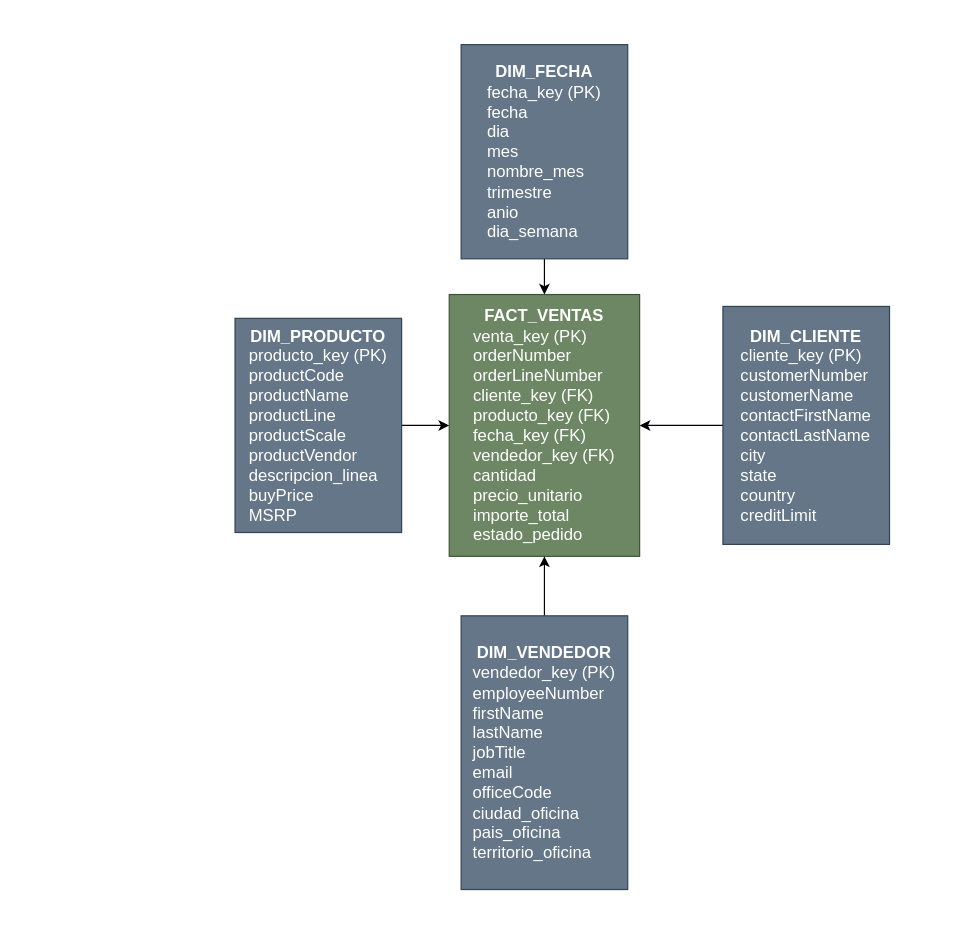
This is documentacion/Modelo_Dimensional_Invacom.drawio from jpablosq/Proyecto-Invacom, a draw.io file, before an edit. Source tidied: cells renumbered, new cells numbered last; positions are measured from the earlier drawing's top-left corner, leaving out a move shared by most shapes. Both pictures are drawn from the tidied source at 119%, with x=0, y=0 at pixel (234, 44).
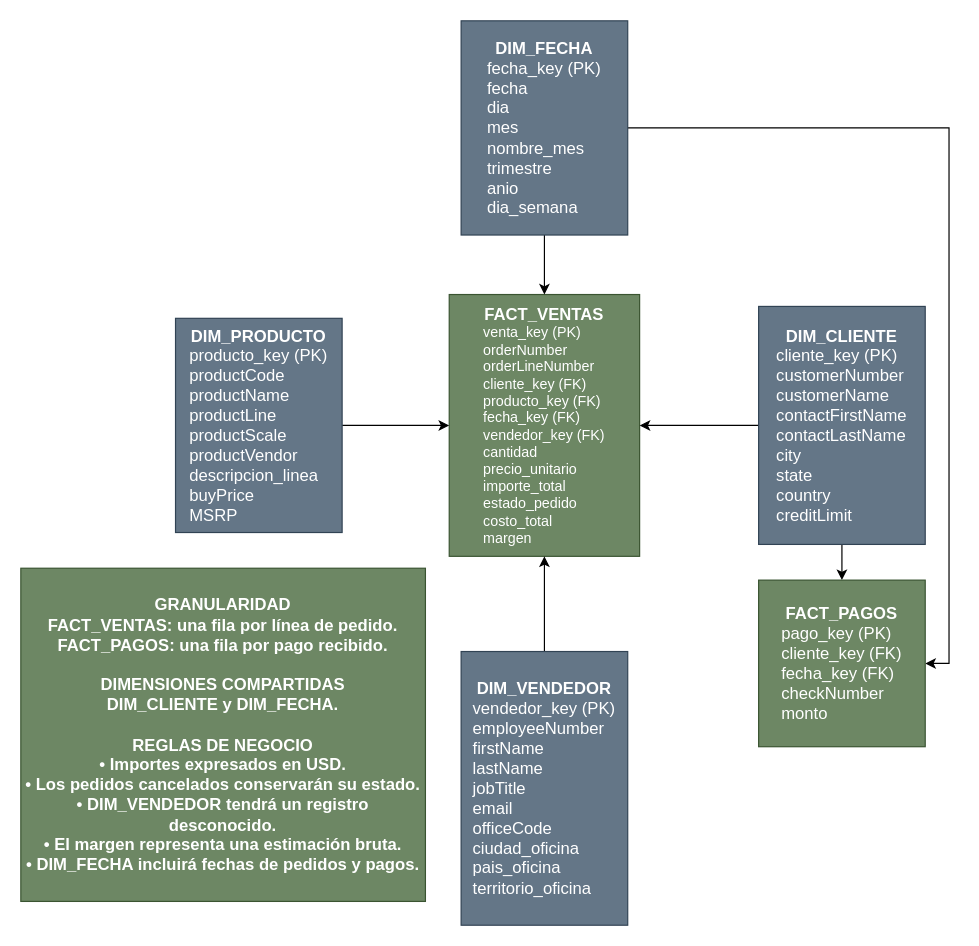
Above is the later version.

Commit message (it also covers changes not shown here):
ampliar modelo dimensional con pagos y documentacion

Diff of the diagram source:
```diff
@@
 <mxGraphModel>
   <root>
     <mxCell id="0" />
     <mxCell id="1" parent="0" />
-    <mxCell id="2" value="&lt;div&gt;&lt;span style=&quot;font-size: 14px;&quot;&gt;&lt;b&gt;FACT_VENTAS&lt;/b&gt;&lt;/span&gt;&lt;/div&gt;&lt;div style=&quot;text-align: left;&quot;&gt;&lt;span style=&quot;font-size: 14px;&quot;&gt;venta_key (PK)&lt;/span&gt;&lt;/div&gt;&lt;div style=&quot;text-align: left;&quot;&gt;&lt;span style=&quot;font-size: 14px;&quot;&gt;orderNumber&lt;/span&gt;&lt;/div&gt;&lt;div style=&quot;text-align: left;&quot;&gt;&lt;span style=&quot;font-size: 14px;&quot;&gt;orderLineNumber&lt;/span&gt;&lt;/div&gt;&lt;div style=&quot;text-align: left;&quot;&gt;&lt;span style=&quot;font-size: 14px;&quot;&gt;cliente_key (FK)&lt;/span&gt;&lt;/div&gt;&lt;div style=&quot;text-align: left;&quot;&gt;&lt;span style=&quot;font-size: 14px;&quot;&gt;producto_key (FK)&lt;/span&gt;&lt;/div&gt;&lt;div style=&quot;text-align: left;&quot;&gt;&lt;span style=&quot;font-size: 14px;&quot;&gt;fecha_key (FK)&lt;/span&gt;&lt;/div&gt;&lt;div style=&quot;text-align: left;&quot;&gt;&lt;span style=&quot;font-size: 14px;&quot;&gt;vendedor_key (FK)&lt;/span&gt;&lt;/div&gt;&lt;div style=&quot;text-align: left;&quot;&gt;&lt;span style=&quot;font-size: 14px;&quot;&gt;cantidad&lt;/span&gt;&lt;/div&gt;&lt;div style=&quot;text-align: left;&quot;&gt;&lt;span style=&quot;font-size: 14px;&quot;&gt;precio_unitario&lt;/span&gt;&lt;/div&gt;&lt;div style=&quot;text-align: left;&quot;&gt;&lt;span style=&quot;font-size: 14px;&quot;&gt;importe_total&lt;/span&gt;&lt;/div&gt;&lt;div style=&quot;text-align: left;&quot;&gt;&lt;span style=&quot;font-size: 14px;&quot;&gt;estado_pedido&lt;/span&gt;&lt;/div&gt;" style="rounded=0;whiteSpace=wrap;html=1;fillColor=#6d8764;fontColor=#ffffff;strokeColor=#3A5431;align=center;" parent="1" vertex="1">
+    <mxCell id="2" value="&lt;div&gt;&lt;span style=&quot;font-size: 14px;&quot;&gt;&lt;b&gt;FACT_VENTAS&lt;/b&gt;&lt;/span&gt;&lt;/div&gt;&lt;div style=&quot;text-align: left;&quot;&gt;venta_key (PK)&lt;br&gt;orderNumber&lt;br&gt;orderLineNumber&lt;br&gt;cliente_key (FK)&lt;br&gt;producto_key (FK)&lt;br&gt;fecha_key (FK)&lt;br&gt;vendedor_key (FK)&lt;br&gt;cantidad&lt;br&gt;precio_unitario&lt;br&gt;importe_total&lt;br&gt;estado_pedido&lt;br&gt;costo_total&lt;br&gt;margen&lt;/div&gt;" style="rounded=0;whiteSpace=wrap;html=1;fillColor=#6d8764;fontColor=#ffffff;strokeColor=#3A5431;align=center;" parent="1" vertex="1">
       <mxGeometry x="180" y="210" width="160" height="220" as="geometry" />
     </mxCell>
     <mxCell id="3" style="edgeStyle=orthogonalEdgeStyle;rounded=0;jettySize=auto;html=1;entryX=0.5;entryY=0;entryDx=0;entryDy=0;defaultLabelBackgroundColor=gap;" parent="1" edge="1" source="4" target="2">
       <mxGeometry relative="1" as="geometry" />
     </mxCell>
+    <mxCell id="11" style="edgeStyle=orthogonalEdgeStyle;rounded=0;jettySize=auto;html=1;entryX=1;entryY=0.5;entryDx=0;entryDy=0;defaultLabelBackgroundColor=page;" parent="1" edge="1" source="4" target="13">
+      <mxGeometry x="-0.6" relative="1" as="geometry" />
+    </mxCell>
     <mxCell id="4" value="&lt;div&gt;&lt;span style=&quot;font-size: 14px;&quot;&gt;&lt;b&gt;DIM_FECHA&lt;/b&gt;&lt;/span&gt;&lt;/div&gt;&lt;div style=&quot;text-align: left;&quot;&gt;&lt;span style=&quot;font-size: 14px;&quot;&gt;fecha_key (PK)&lt;/span&gt;&lt;/div&gt;&lt;div style=&quot;text-align: left;&quot;&gt;&lt;span style=&quot;font-size: 14px;&quot;&gt;fecha&lt;/span&gt;&lt;/div&gt;&lt;div style=&quot;text-align: left;&quot;&gt;&lt;span style=&quot;font-size: 14px;&quot;&gt;dia&lt;/span&gt;&lt;/div&gt;&lt;div style=&quot;text-align: left;&quot;&gt;&lt;span style=&quot;font-size: 14px;&quot;&gt;mes&lt;/span&gt;&lt;/div&gt;&lt;div style=&quot;text-align: left;&quot;&gt;&lt;span style=&quot;font-size: 14px;&quot;&gt;nombre_mes&lt;/span&gt;&lt;/div&gt;&lt;div style=&quot;text-align: left;&quot;&gt;&lt;span style=&quot;font-size: 14px;&quot;&gt;trimestre&lt;/span&gt;&lt;/div&gt;&lt;div style=&quot;text-align: left;&quot;&gt;&lt;span style=&quot;font-size: 14px;&quot;&gt;anio&lt;/span&gt;&lt;/div&gt;&lt;div style=&quot;text-align: left;&quot;&gt;&lt;span style=&quot;font-size: 14px;&quot;&gt;dia_semana&lt;/span&gt;&lt;/div&gt;" style="rounded=0;whiteSpace=wrap;html=1;fillColor=#647687;fontColor=#ffffff;strokeColor=#314354;" parent="1" vertex="1">
-      <mxGeometry x="190" width="140" height="180" as="geometry" />
+      <mxGeometry x="190" y="-20" width="140" height="180" as="geometry" />
     </mxCell>
     <mxCell id="5" style="edgeStyle=orthogonalEdgeStyle;rounded=0;jettySize=auto;html=1;defaultLabelBackgroundColor=gap;" parent="1" edge="1" source="6" target="2">
       <mxGeometry relative="1" as="geometry" />
     </mxCell>
     <mxCell id="6" value="&lt;div&gt;&lt;span style=&quot;font-size: 14px;&quot;&gt;&lt;b&gt;DIM_PRODUCTO&lt;/b&gt;&lt;/span&gt;&lt;/div&gt;&lt;div style=&quot;text-align: left;&quot;&gt;&lt;span style=&quot;font-size: 14px;&quot;&gt;producto_key (PK)&lt;/span&gt;&lt;/div&gt;&lt;div style=&quot;text-align: left;&quot;&gt;&lt;span style=&quot;font-size: 14px;&quot;&gt;productCode&lt;/span&gt;&lt;/div&gt;&lt;div style=&quot;text-align: left;&quot;&gt;&lt;span style=&quot;font-size: 14px;&quot;&gt;productName&lt;/span&gt;&lt;/div&gt;&lt;div style=&quot;text-align: left;&quot;&gt;&lt;span style=&quot;font-size: 14px;&quot;&gt;productLine&lt;/span&gt;&lt;/div&gt;&lt;div style=&quot;text-align: left;&quot;&gt;&lt;span style=&quot;font-size: 14px;&quot;&gt;productScale&lt;/span&gt;&lt;/div&gt;&lt;div style=&quot;text-align: left;&quot;&gt;&lt;span style=&quot;font-size: 14px;&quot;&gt;productVendor&lt;/span&gt;&lt;/div&gt;&lt;div style=&quot;text-align: left;&quot;&gt;&lt;span style=&quot;font-size: 14px;&quot;&gt;descripcion_linea&lt;/span&gt;&lt;/div&gt;&lt;div style=&quot;text-align: left;&quot;&gt;&lt;span style=&quot;font-size: 14px;&quot;&gt;buyPrice&lt;/span&gt;&lt;/div&gt;&lt;div style=&quot;text-align: left;&quot;&gt;&lt;span style=&quot;font-size: 14px;&quot;&gt;MSRP&lt;/span&gt;&lt;/div&gt;" style="rounded=0;whiteSpace=wrap;html=1;fillColor=#647687;fontColor=#ffffff;strokeColor=#314354;" parent="1" vertex="1">
-      <mxGeometry y="230" width="140" height="180" as="geometry" />
+      <mxGeometry x="-50" y="230" width="140" height="180" as="geometry" />
     </mxCell>
     <mxCell id="7" style="edgeStyle=orthogonalEdgeStyle;rounded=0;jettySize=auto;html=1;entryX=0.5;entryY=1;entryDx=0;entryDy=0;defaultLabelBackgroundColor=gap;" parent="1" edge="1" source="8" target="2">
       <mxGeometry relative="1" as="geometry" />
     </mxCell>
     <mxCell id="8" value="&lt;div&gt;&lt;span style=&quot;font-size: 14px;&quot;&gt;&lt;b&gt;DIM_VENDEDOR&lt;/b&gt;&lt;/span&gt;&lt;/div&gt;&lt;div style=&quot;text-align: left;&quot;&gt;&lt;span style=&quot;font-size: 14px;&quot;&gt;vendedor_key (PK)&lt;/span&gt;&lt;/div&gt;&lt;div style=&quot;text-align: left;&quot;&gt;&lt;span style=&quot;font-size: 14px;&quot;&gt;employeeNumber&lt;/span&gt;&lt;/div&gt;&lt;div style=&quot;text-align: left;&quot;&gt;&lt;span style=&quot;font-size: 14px;&quot;&gt;firstName&lt;/span&gt;&lt;/div&gt;&lt;div style=&quot;text-align: left;&quot;&gt;&lt;span style=&quot;font-size: 14px;&quot;&gt;lastName&lt;/span&gt;&lt;/div&gt;&lt;div style=&quot;text-align: left;&quot;&gt;&lt;span style=&quot;font-size: 14px;&quot;&gt;jobTitle&lt;/span&gt;&lt;/div&gt;&lt;div style=&quot;text-align: left;&quot;&gt;&lt;span style=&quot;font-size: 14px;&quot;&gt;email&lt;/span&gt;&lt;/div&gt;&lt;div style=&quot;text-align: left;&quot;&gt;&lt;span style=&quot;font-size: 14px;&quot;&gt;officeCode&lt;/span&gt;&lt;/div&gt;&lt;div style=&quot;text-align: left;&quot;&gt;&lt;span style=&quot;font-size: 14px;&quot;&gt;ciudad_oficina&lt;/span&gt;&lt;/div&gt;&lt;div style=&quot;text-align: left;&quot;&gt;&lt;span style=&quot;font-size: 14px;&quot;&gt;pais_oficina&lt;/span&gt;&lt;/div&gt;&lt;div style=&quot;text-align: left;&quot;&gt;&lt;span style=&quot;font-size: 14px;&quot;&gt;territorio_oficina&lt;/span&gt;&lt;/div&gt;" style="rounded=0;whiteSpace=wrap;html=1;fillColor=#647687;fontColor=#ffffff;strokeColor=#314354;" parent="1" vertex="1">
-      <mxGeometry x="190" y="480" width="140" height="230" as="geometry" />
+      <mxGeometry x="190" y="510" width="140" height="230" as="geometry" />
     </mxCell>
     <mxCell id="9" style="edgeStyle=orthogonalEdgeStyle;rounded=0;jettySize=auto;html=1;defaultLabelBackgroundColor=gap;" parent="1" edge="1" source="10" target="2">
       <mxGeometry relative="1" as="geometry" />
     </mxCell>
+    <mxCell id="12" style="edgeStyle=orthogonalEdgeStyle;rounded=0;jettySize=auto;html=1;defaultLabelBackgroundColor=page;" parent="1" edge="1" source="10" target="13">
+      <mxGeometry relative="1" as="geometry" />
+    </mxCell>
     <mxCell id="10" value="&lt;div&gt;&lt;span style=&quot;font-size: 14px;&quot;&gt;&lt;b&gt;DIM_CLIENTE&lt;/b&gt;&lt;/span&gt;&lt;/div&gt;&lt;div style=&quot;text-align: left;&quot;&gt;&lt;span style=&quot;font-size: 14px;&quot;&gt;cliente_key (PK)&lt;/span&gt;&lt;/div&gt;&lt;div style=&quot;text-align: left;&quot;&gt;&lt;span style=&quot;font-size: 14px;&quot;&gt;customerNumber&lt;/span&gt;&lt;/div&gt;&lt;div style=&quot;text-align: left;&quot;&gt;&lt;span style=&quot;font-size: 14px;&quot;&gt;customerName&lt;/span&gt;&lt;/div&gt;&lt;div style=&quot;text-align: left;&quot;&gt;&lt;span style=&quot;font-size: 14px;&quot;&gt;contactFirstName&lt;/span&gt;&lt;/div&gt;&lt;div style=&quot;text-align: left;&quot;&gt;&lt;span style=&quot;font-size: 14px;&quot;&gt;contactLastName&lt;/span&gt;&lt;/div&gt;&lt;div style=&quot;text-align: left;&quot;&gt;&lt;span style=&quot;font-size: 14px;&quot;&gt;city&lt;/span&gt;&lt;/div&gt;&lt;div style=&quot;text-align: left;&quot;&gt;&lt;span style=&quot;font-size: 14px;&quot;&gt;state&lt;/span&gt;&lt;/div&gt;&lt;div style=&quot;text-align: left;&quot;&gt;&lt;span style=&quot;font-size: 14px;&quot;&gt;country&lt;/span&gt;&lt;/div&gt;&lt;div style=&quot;text-align: left;&quot;&gt;&lt;span style=&quot;font-size: 14px;&quot;&gt;creditLimit&lt;/span&gt;&lt;/div&gt;" style="rounded=0;whiteSpace=wrap;html=1;fillColor=#647687;fontColor=#ffffff;strokeColor=#314354;" parent="1" vertex="1">
-      <mxGeometry x="410" y="220" width="140" height="200" as="geometry" />
+      <mxGeometry x="440" y="220" width="140" height="200" as="geometry" />
     </mxCell>
+    <mxCell id="13" value="&lt;div&gt;&lt;span style=&quot;font-size: 14px;&quot;&gt;&lt;b&gt;FACT_PAGOS&lt;/b&gt;&lt;/span&gt;&lt;/div&gt;&lt;div style=&quot;text-align: left;&quot;&gt;&lt;span style=&quot;font-size: 14px;&quot;&gt;pago_key (PK)&lt;/span&gt;&lt;/div&gt;&lt;div style=&quot;text-align: left;&quot;&gt;&lt;span style=&quot;font-size: 14px;&quot;&gt;cliente_key (FK)&lt;/span&gt;&lt;/div&gt;&lt;div style=&quot;text-align: left;&quot;&gt;&lt;span style=&quot;font-size: 14px;&quot;&gt;fecha_key (FK)&lt;/span&gt;&lt;/div&gt;&lt;div style=&quot;text-align: left;&quot;&gt;&lt;span style=&quot;font-size: 14px;&quot;&gt;checkNumber&lt;/span&gt;&lt;/div&gt;&lt;div style=&quot;text-align: left;&quot;&gt;&lt;span style=&quot;font-size: 14px;&quot;&gt;monto&lt;/span&gt;&lt;/div&gt;" style="rounded=0;whiteSpace=wrap;html=1;fillColor=#6d8764;fontColor=#ffffff;strokeColor=#3A5431;align=center;" parent="1" vertex="1">
+      <mxGeometry x="440" y="450" width="140" height="140" as="geometry" />
+    </mxCell>
+    <mxCell id="14" value="&lt;div&gt;&lt;span style=&quot;font-size: 14px;&quot;&gt;&lt;b&gt;GRANULARIDAD&lt;/b&gt;&lt;/span&gt;&lt;/div&gt;&lt;div&gt;&lt;span style=&quot;font-size: 14px;&quot;&gt;&lt;b&gt;FACT_VENTAS: una fila por línea de pedido.&lt;/b&gt;&lt;/span&gt;&lt;/div&gt;&lt;div&gt;&lt;span style=&quot;font-size: 14px;&quot;&gt;&lt;b&gt;FACT_PAGOS: una fila por pago recibido.&lt;/b&gt;&lt;/span&gt;&lt;/div&gt;&lt;div&gt;&lt;span style=&quot;font-size: 14px;&quot;&gt;&lt;b&gt;&lt;br&gt;&lt;/b&gt;&lt;/span&gt;&lt;/div&gt;&lt;div&gt;&lt;span style=&quot;font-size: 14px;&quot;&gt;&lt;b&gt;DIMENSIONES COMPARTIDAS&lt;/b&gt;&lt;/span&gt;&lt;/div&gt;&lt;div&gt;&lt;span style=&quot;font-size: 14px;&quot;&gt;&lt;b&gt;DIM_CLIENTE y DIM_FECHA.&lt;/b&gt;&lt;/span&gt;&lt;/div&gt;&lt;div&gt;&lt;span style=&quot;font-size: 14px;&quot;&gt;&lt;b&gt;&lt;br&gt;&lt;/b&gt;&lt;/span&gt;&lt;/div&gt;&lt;div&gt;&lt;span style=&quot;font-size: 14px;&quot;&gt;&lt;b&gt;REGLAS DE NEGOCIO&lt;/b&gt;&lt;/span&gt;&lt;/div&gt;&lt;div&gt;&lt;span style=&quot;font-size: 14px;&quot;&gt;&lt;b&gt;• Importes expresados en USD.&lt;/b&gt;&lt;/span&gt;&lt;/div&gt;&lt;div&gt;&lt;span style=&quot;font-size: 14px;&quot;&gt;&lt;b&gt;• Los pedidos cancelados conservarán su estado.&lt;/b&gt;&lt;/span&gt;&lt;/div&gt;&lt;div&gt;&lt;span style=&quot;font-size: 14px;&quot;&gt;&lt;b&gt;• DIM_VENDEDOR tendrá un registro desconocido.&lt;/b&gt;&lt;/span&gt;&lt;/div&gt;&lt;div&gt;&lt;span style=&quot;font-size: 14px;&quot;&gt;&lt;b&gt;• El margen representa una estimación bruta.&lt;/b&gt;&lt;/span&gt;&lt;/div&gt;&lt;div&gt;&lt;span style=&quot;font-size: 14px;&quot;&gt;&lt;b&gt;• DIM_FECHA incluirá fechas de pedidos y pagos.&lt;/b&gt;&lt;/span&gt;&lt;/div&gt;" style="rounded=0;whiteSpace=wrap;html=1;fillColor=#6d8764;fontColor=#ffffff;strokeColor=#3A5431;align=center;" parent="1" vertex="1">
+      <mxGeometry x="-180" y="440" width="340" height="280" as="geometry" />
+    </mxCell>
   </root>
 </mxGraphModel>
```
